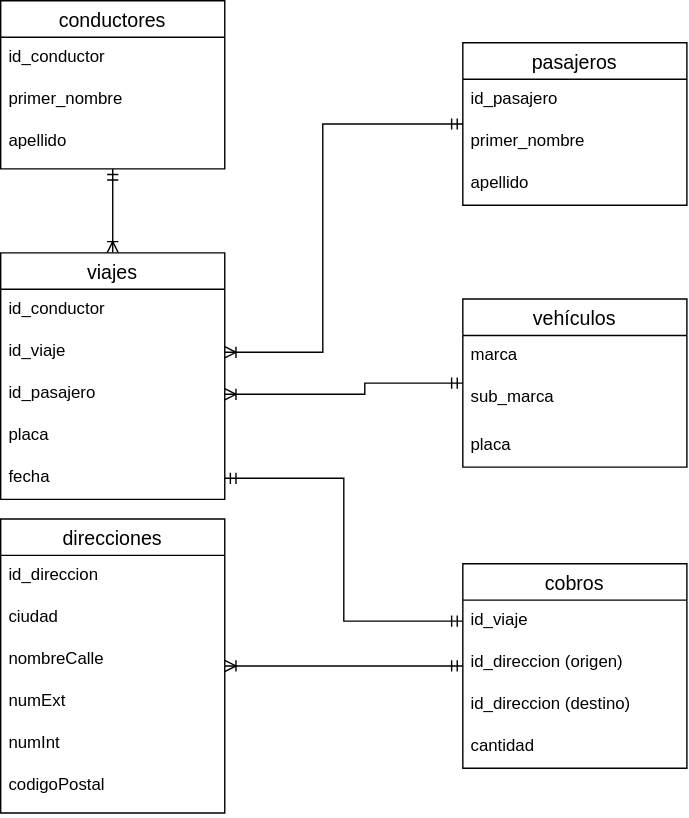
Above: Actividad Normalización/Diagrama.drawio.svg in GPS19/Base_de_Datos (draw.io), before the change. Source tidied: cells renumbered, new cells last; positions are measured from the earlier drawing's top-left corner, leaving out a move shared by most shapes.
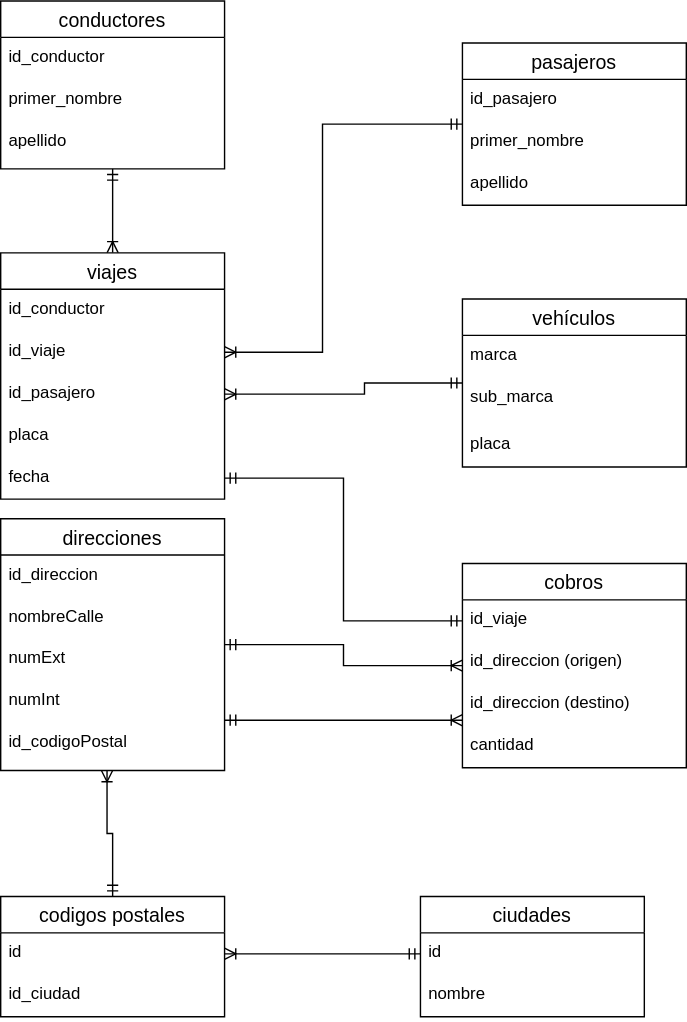
After the change.

Commit message:
Diagrama terminado - Luca no lo cambies

Change to the diagram source:
```diff
@@ -34,29 +34,26 @@
     <mxCell id="10" value="apellido" style="text;strokeColor=none;fillColor=none;spacingLeft=4;spacingRight=4;overflow=hidden;fontSize=12;" parent="7" vertex="1">
       <mxGeometry y="86" width="160" height="30" as="geometry" />
     </mxCell>
-    <mxCell id="11" style="edgeStyle=orthogonalEdgeStyle;rounded=0;jettySize=auto;html=1;startArrow=ERoneToMany;startFill=0;endArrow=ERmandOne;endFill=0;" parent="1" edge="1" source="12" target="30">
+    <mxCell id="11" style="edgeStyle=orthogonalEdgeStyle;rounded=0;jettySize=auto;html=1;startArrow=ERmandOne;startFill=0;endArrow=ERoneToMany;endFill=0;" parent="1" edge="1" source="12" target="30">
       <mxGeometry relative="1" as="geometry" />
     </mxCell>
     <mxCell id="12" value="direcciones" style="swimlane;fontStyle=0;horizontal=1;startSize=26;align=center;fontSize=14;" parent="1" vertex="1">
-      <mxGeometry y="370" width="160" height="210" as="geometry" />
+      <mxGeometry y="370" width="160" height="180" as="geometry" />
     </mxCell>
     <mxCell id="13" value="id_direccion" style="text;strokeColor=none;fillColor=none;spacingLeft=4;spacingRight=4;overflow=hidden;fontSize=12;" parent="12" vertex="1">
       <mxGeometry y="26" width="160" height="30" as="geometry" />
     </mxCell>
-    <mxCell id="14" value="ciudad" style="text;strokeColor=none;fillColor=none;spacingLeft=4;spacingRight=4;overflow=hidden;fontSize=12;" parent="12" vertex="1">
-      <mxGeometry y="56" width="160" height="30" as="geometry" />
-    </mxCell>
     <mxCell id="15" value="nombreCalle" style="text;strokeColor=none;fillColor=none;spacingLeft=4;spacingRight=4;overflow=hidden;fontSize=12;" parent="12" vertex="1">
-      <mxGeometry y="86" width="160" height="30" as="geometry" />
+      <mxGeometry y="56" width="160" height="30" as="geometry" />
     </mxCell>
     <mxCell id="16" value="numExt" style="text;strokeColor=none;fillColor=none;spacingLeft=4;spacingRight=4;overflow=hidden;fontSize=12;" parent="12" vertex="1">
-      <mxGeometry y="116" width="160" height="30" as="geometry" />
+      <mxGeometry y="86" width="160" height="30" as="geometry" />
     </mxCell>
     <mxCell id="17" value="numInt" style="text;strokeColor=none;fillColor=none;spacingLeft=4;spacingRight=4;overflow=hidden;fontSize=12;" parent="12" vertex="1">
-      <mxGeometry y="146" width="160" height="30" as="geometry" />
+      <mxGeometry y="116" width="160" height="30" as="geometry" />
     </mxCell>
-    <mxCell id="18" value="codigoPostal" style="text;strokeColor=none;fillColor=none;spacingLeft=4;spacingRight=4;overflow=hidden;points=[[0,0.5],[1,0.5]];portConstraint=eastwest;fontSize=12;" parent="12" vertex="1">
-      <mxGeometry y="176" width="160" height="34" as="geometry" />
+    <mxCell id="18" value="id_codigoPostal" style="text;strokeColor=none;fillColor=none;spacingLeft=4;spacingRight=4;overflow=hidden;points=[[0,0.5],[1,0.5]];portConstraint=eastwest;fontSize=12;" parent="12" vertex="1">
+      <mxGeometry y="146" width="160" height="34" as="geometry" />
     </mxCell>
     <mxCell id="19" value="vehículos" style="swimlane;fontStyle=0;horizontal=1;startSize=26;align=center;fontSize=14;" parent="1" vertex="1">
       <mxGeometry x="330" y="213" width="160" height="120" as="geometry" />
@@ -117,5 +114,35 @@
     <mxCell id="36" style="edgeStyle=orthogonalEdgeStyle;rounded=0;jettySize=auto;html=1;startArrow=ERmandOne;startFill=0;endArrow=ERmandOne;endFill=0;" parent="1" edge="1" source="29" target="31">
       <mxGeometry relative="1" as="geometry" />
     </mxCell>
+    <mxCell id="37" style="edgeStyle=orthogonalEdgeStyle;rounded=0;orthogonalLoop=1;jettySize=auto;html=1;startArrow=ERmandOne;startFill=0;endArrow=ERoneToMany;endFill=0;" parent="1" edge="1">
+      <mxGeometry relative="1" as="geometry">
+        <mxPoint x="160" y="514" as="sourcePoint" />
+        <mxPoint x="330" y="514" as="targetPoint" />
+      </mxGeometry>
+    </mxCell>
+    <mxCell id="38" value="ciudades" style="swimlane;fontStyle=0;horizontal=1;startSize=26;align=center;fontSize=14;" parent="1" vertex="1">
+      <mxGeometry x="300" y="640" width="160" height="86" as="geometry" />
+    </mxCell>
+    <mxCell id="39" value="id" style="text;strokeColor=none;fillColor=none;spacingLeft=4;spacingRight=4;overflow=hidden;points=[[0,0.5],[1,0.5]];portConstraint=eastwest;fontSize=12;" parent="38" vertex="1">
+      <mxGeometry y="26" width="160" height="30" as="geometry" />
+    </mxCell>
+    <mxCell id="40" value="nombre" style="text;strokeColor=none;fillColor=none;spacingLeft=4;spacingRight=4;overflow=hidden;fontSize=12;" parent="38" vertex="1">
+      <mxGeometry y="56" width="160" height="30" as="geometry" />
+    </mxCell>
+    <mxCell id="41" style="edgeStyle=orthogonalEdgeStyle;rounded=0;jettySize=auto;html=1;exitX=0.5;exitY=0;exitDx=0;exitDy=0;entryX=0.475;entryY=1;entryDx=0;entryDy=0;entryPerimeter=0;startArrow=ERmandOne;startFill=0;endArrow=ERoneToMany;endFill=0;" parent="1" edge="1" source="42" target="18">
+      <mxGeometry relative="1" as="geometry" />
+    </mxCell>
+    <mxCell id="42" value="codigos postales" style="swimlane;fontStyle=0;horizontal=1;startSize=26;align=center;fontSize=14;" parent="1" vertex="1">
+      <mxGeometry y="640" width="160" height="86" as="geometry" />
+    </mxCell>
+    <mxCell id="43" value="id" style="text;strokeColor=none;fillColor=none;spacingLeft=4;spacingRight=4;overflow=hidden;points=[[0,0.5],[1,0.5]];portConstraint=eastwest;fontSize=12;" parent="42" vertex="1">
+      <mxGeometry y="26" width="160" height="30" as="geometry" />
+    </mxCell>
+    <mxCell id="44" value="id_ciudad" style="text;strokeColor=none;fillColor=none;spacingLeft=4;spacingRight=4;overflow=hidden;fontSize=12;" parent="42" vertex="1">
+      <mxGeometry y="56" width="160" height="30" as="geometry" />
+    </mxCell>
+    <mxCell id="45" style="edgeStyle=orthogonalEdgeStyle;rounded=0;jettySize=auto;html=1;exitX=0;exitY=0.5;exitDx=0;exitDy=0;entryX=1;entryY=0.5;entryDx=0;entryDy=0;startArrow=ERmandOne;startFill=0;endArrow=ERoneToMany;endFill=0;" parent="1" edge="1" source="39" target="43">
+      <mxGeometry relative="1" as="geometry" />
+    </mxCell>
   </root>
 </mxGraphModel>
```
